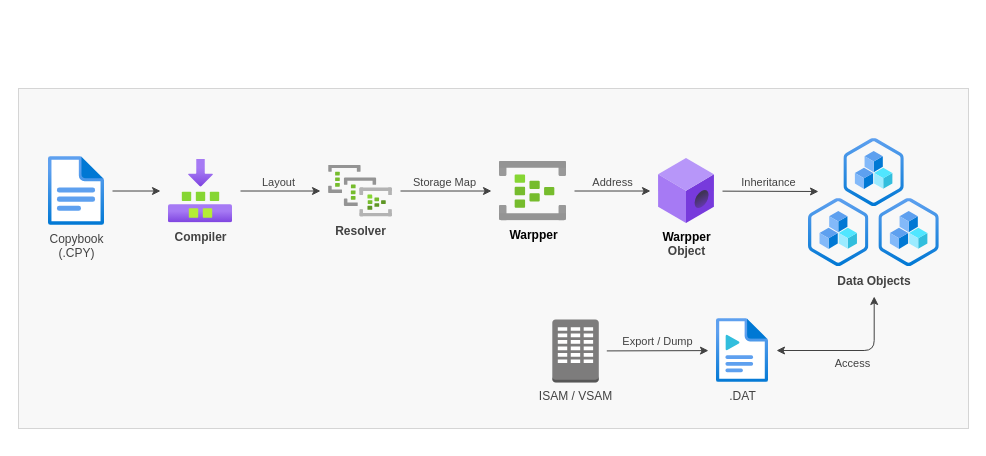
LsYueh/Get-The-Picture keeps this draw.io diagram as page "warpper-work-flow" (3 of 5) of docs/source/get-the-picture.drawio. Above is the earlier version. Source tidied: cells renumbered, new cells numbered last; positions are measured from the earlier drawing's top-left corner, leaving out a move shared by most shapes. Both pictures are drawn from the tidied source at 100%, with x=0, y=0 at pixel (18, 88).
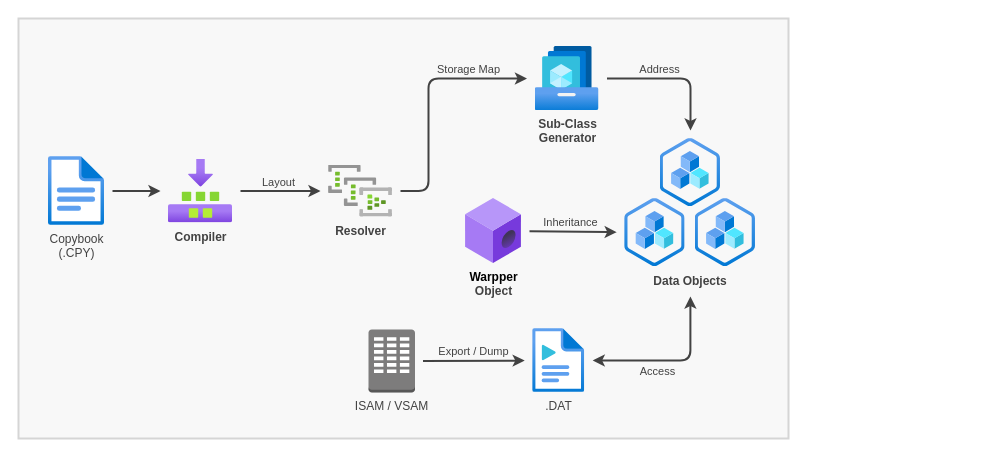
Above is the later version.

Unchanged cells that the change refers to:
```xml
<mxCell id="3" value="&lt;b&gt;Compiler&lt;/b&gt;" style="image;html=1;points=[];align=center;fontSize=12;image=img/lib/azure2/general/Builds.svg;labelBackgroundColor=none;fontColor=#424242;strokeColor=#424242;" parent="1" vertex="1">
  <mxGeometry x="150" y="70.5" width="64" height="64" as="geometry" />
</mxCell>
<mxCell id="5" value="Copybook&lt;br&gt;(.CPY)" style="image;html=1;points=[];align=center;fontSize=12;image=img/lib/azure2/general/File.svg;imageBackground=none;labelBackgroundColor=none;fontStyle=0;fontColor=#424242;strokeColor=#424242;" parent="1" vertex="1">
  <mxGeometry x="30" y="68" width="56" height="69" as="geometry" />
</mxCell>
<mxCell id="6" value="Resolver" style="image;html=1;points=[];align=center;fontSize=12;image=img/lib/azure2/analytics/Event_Hub_Clusters.svg;fontStyle=1;labelBackgroundColor=none;fontColor=#424242;strokeColor=#424242;" parent="1" vertex="1">
  <mxGeometry x="310" y="76.5" width="64" height="52" as="geometry" />
</mxCell>
<mxCell id="17" style="image;html=1;points=[];align=center;fontSize=12;image=img/lib/azure2/management_governance/Resources_Provider.svg;labelBackgroundColor=none;fontStyle=1;fontColor=#424242;strokeColor=#424242;" parent="16" vertex="1">
  <mxGeometry x="35.4" width="60.4" height="68" as="geometry" />
</mxCell>
<mxCell id="19" style="image;html=1;points=[];align=center;fontSize=12;image=img/lib/azure2/management_governance/Resources_Provider.svg;labelBackgroundColor=none;fontStyle=1;fontColor=#424242;strokeColor=#424242;" parent="16" vertex="1">
  <mxGeometry y="60" width="60.4" height="68" as="geometry" />
</mxCell>
<mxCell id="20" value="&lt;span style=&quot;color: rgb(66, 66, 66); text-wrap-mode: nowrap;&quot;&gt;Data Objects&lt;/span&gt;" style="text;html=1;whiteSpace=wrap;strokeColor=none;fillColor=none;align=center;verticalAlign=middle;rounded=0;fontStyle=1;" parent="16" vertex="1">
  <mxGeometry x="20.7" y="128" width="90" height="30" as="geometry" />
</mxCell>
```

The edit, as a diff of the source:
```diff
@@
-    <mxCell id="2" style="rounded=0;whiteSpace=wrap;html=1;strokeColor=#D5D5D5;fillColor=#F8F8F8;" parent="1" vertex="1">
-      <mxGeometry width="950" height="340" as="geometry" />
+    <mxCell id="2" style="rounded=0;whiteSpace=wrap;html=1;strokeColor=#D5D5D5;fillColor=#F8F8F8;strokeWidth=2;" parent="1" vertex="1">
+      <mxGeometry y="-70" width="770" height="420" as="geometry" />
     </mxCell>
+    <mxCell id="22" value="&lt;span style=&quot;font-weight: 700;&quot;&gt;Sub-Class&lt;/span&gt;&lt;br style=&quot;font-weight: 700;&quot;&gt;&lt;span style=&quot;font-weight: 700;&quot;&gt;Generator&lt;/span&gt;" style="image;html=1;points=[];align=center;fontSize=12;image=img/lib/azure2/compute/Shared_Image_Galleries.svg;labelBackgroundColor=none;fontColor=#424242;" parent="1" vertex="1">
+      <mxGeometry x="516.5" y="-42" width="64" height="64" as="geometry" />
+    </mxCell>
@@
-    <mxCell id="4" style="rounded=0;jettySize=auto;html=1;sourcePerimeterSpacing=8;targetPerimeterSpacing=8;labelBackgroundColor=none;fontColor=#424242;strokeColor=#424242;" parent="1" edge="1" source="5" target="3">
+    <mxCell id="4" style="rounded=0;jettySize=auto;html=1;sourcePerimeterSpacing=8;targetPerimeterSpacing=8;labelBackgroundColor=none;fontColor=#424242;strokeColor=#424242;strokeWidth=2;" parent="1" edge="1" source="5" target="3">
       <mxGeometry relative="1" as="geometry" />
     </mxCell>
@@
-    <mxCell id="7" value="Layout" style="rounded=0;jettySize=auto;html=1;sourcePerimeterSpacing=8;targetPerimeterSpacing=8;verticalAlign=bottom;labelBackgroundColor=none;fontColor=#424242;strokeColor=#424242;" parent="1" edge="1" source="3" target="6">
+    <mxCell id="7" value="Layout" style="rounded=0;jettySize=auto;html=1;sourcePerimeterSpacing=8;targetPerimeterSpacing=8;verticalAlign=bottom;labelBackgroundColor=none;fontColor=#424242;strokeColor=#424242;strokeWidth=2;" parent="1" edge="1" source="3" target="6">
       <mxGeometry x="-0.05" relative="1" as="geometry" />
     </mxCell>
-    <mxCell id="8" value="Storage Map" style="rounded=0;jettySize=auto;html=1;sourcePerimeterSpacing=8;targetPerimeterSpacing=8;verticalAlign=bottom;labelBackgroundColor=none;fontColor=#424242;strokeColor=#424242;" parent="1" edge="1" source="6" target="14">
-      <mxGeometry x="-0.04" relative="1" as="geometry" />
+    <mxCell id="8" value="Storage Map" style="rounded=1;jettySize=auto;html=1;sourcePerimeterSpacing=8;targetPerimeterSpacing=8;verticalAlign=bottom;labelBackgroundColor=none;fontColor=#424242;strokeColor=#424242;edgeStyle=elbowEdgeStyle;curved=0;strokeWidth=2;" parent="1" edge="1" source="6" target="22">
+      <mxGeometry x="0.51" relative="1" as="geometry">
+        <Array as="points">
+          <mxPoint x="410" y="50" />
+        </Array>
+      </mxGeometry>
     </mxCell>
     <mxCell id="9" value="ISAM / VSAM" style="outlineConnect=0;dashed=0;verticalLabelPosition=bottom;verticalAlign=top;align=center;html=1;shape=mxgraph.aws3.corporate_data_center;fillColor=#7D7C7C;gradientColor=none;labelBackgroundColor=none;fontColor=#424242;strokeColor=#424242;" parent="1" vertex="1">
-      <mxGeometry x="533.8" y="231" width="46.5" height="63" as="geometry" />
+      <mxGeometry x="350" y="241" width="46.5" height="63" as="geometry" />
     </mxCell>
     <mxCell id="10" value=".DAT" style="image;html=1;points=[];align=center;fontSize=12;image=img/lib/azure2/general/Media_File.svg;labelBackgroundColor=none;fontColor=#424242;strokeColor=#424242;fontStyle=0;" parent="1" vertex="1">
-      <mxGeometry x="698" y="230" width="52" height="64" as="geometry" />
+      <mxGeometry x="514.2" y="240" width="52" height="64" as="geometry" />
     </mxCell>
-    <mxCell id="11" value="Export / Dump" style="rounded=0;jettySize=auto;html=1;sourcePerimeterSpacing=8;targetPerimeterSpacing=8;verticalAlign=bottom;labelBackgroundColor=none;fontColor=#424242;strokeColor=#424242;" parent="1" edge="1" source="9" target="10">
+    <mxCell id="11" value="Export / Dump" style="rounded=0;jettySize=auto;html=1;sourcePerimeterSpacing=8;targetPerimeterSpacing=8;verticalAlign=bottom;labelBackgroundColor=none;fontColor=#424242;strokeColor=#424242;strokeWidth=2;" parent="1" edge="1" source="9" target="10">
       <mxGeometry relative="1" as="geometry" />
     </mxCell>
-    <mxCell id="12" value="Address" style="rounded=0;jettySize=auto;html=1;sourcePerimeterSpacing=8;targetPerimeterSpacing=8;verticalAlign=bottom;labelBackgroundColor=none;fontColor=#424242;strokeColor=#424242;" parent="1" edge="1" source="14" target="15">
-      <mxGeometry relative="1" as="geometry" />
+    <mxCell id="12" value="Address" style="rounded=1;jettySize=auto;html=1;sourcePerimeterSpacing=8;targetPerimeterSpacing=8;verticalAlign=bottom;labelBackgroundColor=none;fontColor=#424242;strokeColor=#424242;edgeStyle=elbowEdgeStyle;strokeWidth=2;" parent="1" edge="1" source="22" target="17">
+      <mxGeometry x="-0.24" relative="1" as="geometry">
+        <Array as="points">
+          <mxPoint x="672" y="40" />
+        </Array>
+        <mxPoint x="1" as="offset" />
+      </mxGeometry>
     </mxCell>
-    <mxCell id="13" value="Access" style="rounded=1;jettySize=auto;html=1;sourcePerimeterSpacing=8;targetPerimeterSpacing=26;verticalAlign=top;labelBackgroundColor=none;edgeStyle=elbowEdgeStyle;endArrow=classic;endFill=1;fontColor=#424242;strokeColor=#424242;entryX=0.5;entryY=1;entryDx=0;entryDy=0;elbow=vertical;startArrow=classic;startFill=1;" parent="1" edge="1" source="10" target="20">
-      <mxGeometry relative="1" as="geometry">
+    <mxCell id="13" value="Access" style="rounded=1;jettySize=auto;html=1;sourcePerimeterSpacing=8;targetPerimeterSpacing=26;verticalAlign=top;labelBackgroundColor=none;edgeStyle=elbowEdgeStyle;endArrow=classic;endFill=1;fontColor=#424242;strokeColor=#424242;entryX=0.5;entryY=1;entryDx=0;entryDy=0;elbow=vertical;startArrow=classic;startFill=1;strokeWidth=2;" parent="1" edge="1" source="10" target="20">
+      <mxGeometry x="-0.19" y="2" relative="1" as="geometry">
         <Array as="points">
-          <mxPoint x="790" y="262" />
+          <mxPoint x="672" y="272" />
         </Array>
       </mxGeometry>
     </mxCell>
-    <mxCell id="14" value="Warpper" style="image;html=1;points=[];align=center;fontSize=12;image=img/lib/azure2/analytics/Event_Hubs.svg;labelBackgroundColor=none;fontColor=default;fontStyle=1;" parent="1" vertex="1">
-      <mxGeometry x="481" y="72.5" width="67" height="60" as="geometry" />
-    </mxCell>
     <mxCell id="15" value="&lt;span style=&quot;&quot;&gt;Warpper&lt;br&gt;&lt;/span&gt;&lt;span style=&quot;color: rgb(66, 66, 66);&quot;&gt;Object&lt;/span&gt;" style="image;html=1;points=[];align=center;fontSize=12;image=img/lib/azure2/blockchain/ABS_Member.svg;labelBackgroundColor=none;fontStyle=1;" parent="1" vertex="1">
-      <mxGeometry x="640" y="70" width="56" height="65" as="geometry" />
+      <mxGeometry x="447" y="110" width="56" height="65" as="geometry" />
     </mxCell>
     <mxCell id="16" style="group;" parent="1" vertex="1">
-      <mxGeometry x="790" y="50" width="130.9" height="158" as="geometry" />
+      <mxGeometry x="606.2" y="50" width="130.9" height="158" as="geometry" />
     </mxCell>
@@
-    <mxCell id="21" value="Inheritance" style="rounded=0;jettySize=auto;html=1;sourcePerimeterSpacing=8;targetPerimeterSpacing=8;verticalAlign=bottom;labelBackgroundColor=none;fontColor=#424242;strokeColor=#424242;" parent="1" edge="1" source="15">
-      <mxGeometry x="-0.05" relative="1" as="geometry">
-        <mxPoint x="800" y="103" as="targetPoint" />
-      </mxGeometry>
+    <mxCell id="21" value="Inheritance" style="rounded=0;jettySize=auto;html=1;sourcePerimeterSpacing=8;targetPerimeterSpacing=8;verticalAlign=bottom;labelBackgroundColor=none;fontColor=#424242;strokeColor=#424242;strokeWidth=2;" parent="1" edge="1" source="15" target="19">
+      <mxGeometry x="-0.05" relative="1" as="geometry" />
     </mxCell>
```
